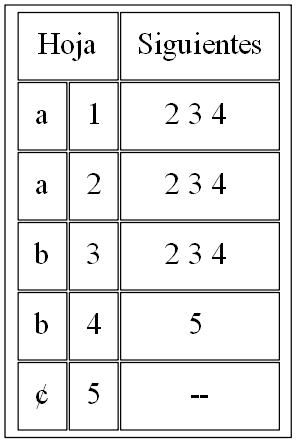
Above: sig_Expresion1.png in montherbasir/Practica1_OLC1 (Graphviz), before the change. Its source is kept beside it as sig_Expresion1.dot.
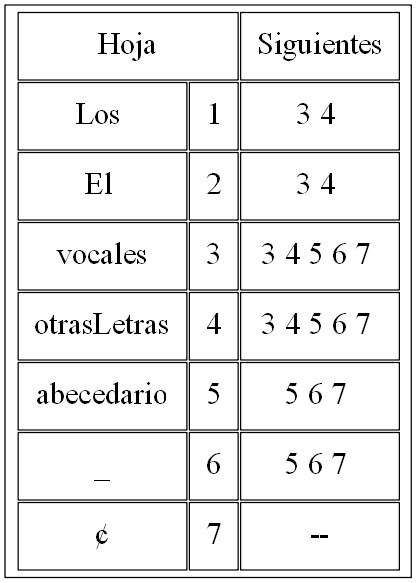
After the change.

Change to the diagram source:
```diff
@@ -6,10 +6,12 @@
 
 N [label=<
 <table border="0" cellborder="1" cellpadding="12">
-  <tr><td colspan="2">Hoja</td><td>Siguientes</td></tr>  <tr><td>a</td><td>1</td><td>2 3 4 </td></tr>
-  <tr><td>a</td><td>2</td><td>2 3 4 </td></tr>
-  <tr><td>b</td><td>3</td><td>2 3 4 </td></tr>
-  <tr><td>b</td><td>4</td><td>5 </td></tr>
-  <tr><td>¢</td><td>5</td><td>--</td></tr>
+  <tr><td colspan="2">Hoja</td><td>Siguientes</td></tr>  <tr><td>Los </td><td>1</td><td>3 4 </td></tr>
+  <tr><td>El </td><td>2</td><td>3 4 </td></tr>
+  <tr><td>vocales</td><td>3</td><td>3 4 5 6 7 </td></tr>
+  <tr><td>otrasLetras</td><td>4</td><td>3 4 5 6 7 </td></tr>
+  <tr><td>abecedario</td><td>5</td><td>5 6 7 </td></tr>
+  <tr><td>_</td><td>6</td><td>5 6 7 </td></tr>
+  <tr><td>¢</td><td>7</td><td>--</td></tr>
 </table>>];
 }
```
